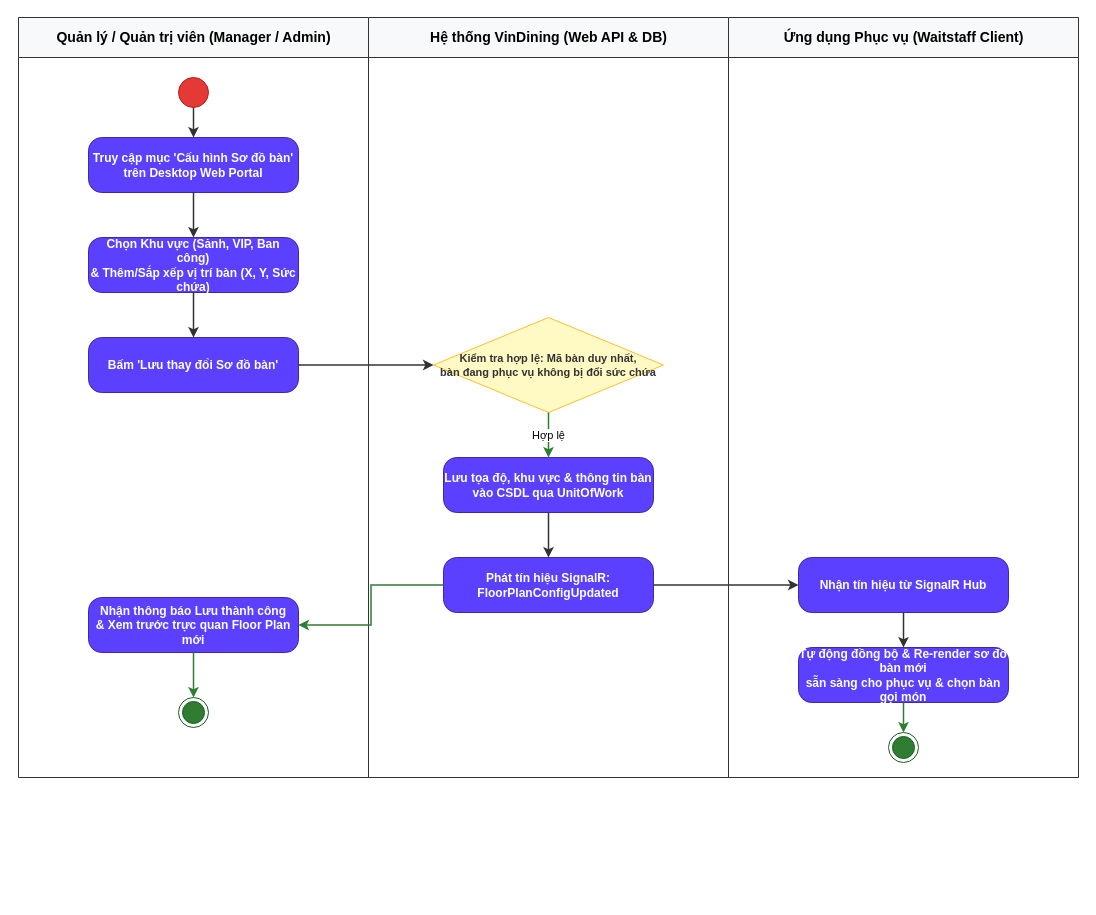
The draw.io diagram docs/phase1/drawio/ad08_floor_plan_pairing.drawio in AndrewQng/VinDining, before the edit. Source tidied: cells renumbered, new cells numbered last; positions are measured from the earlier drawing's top-left corner, leaving out a move shared by most shapes. Both pictures are drawn from the tidied source at 100%, with x=0, y=0 at pixel (18, 17).
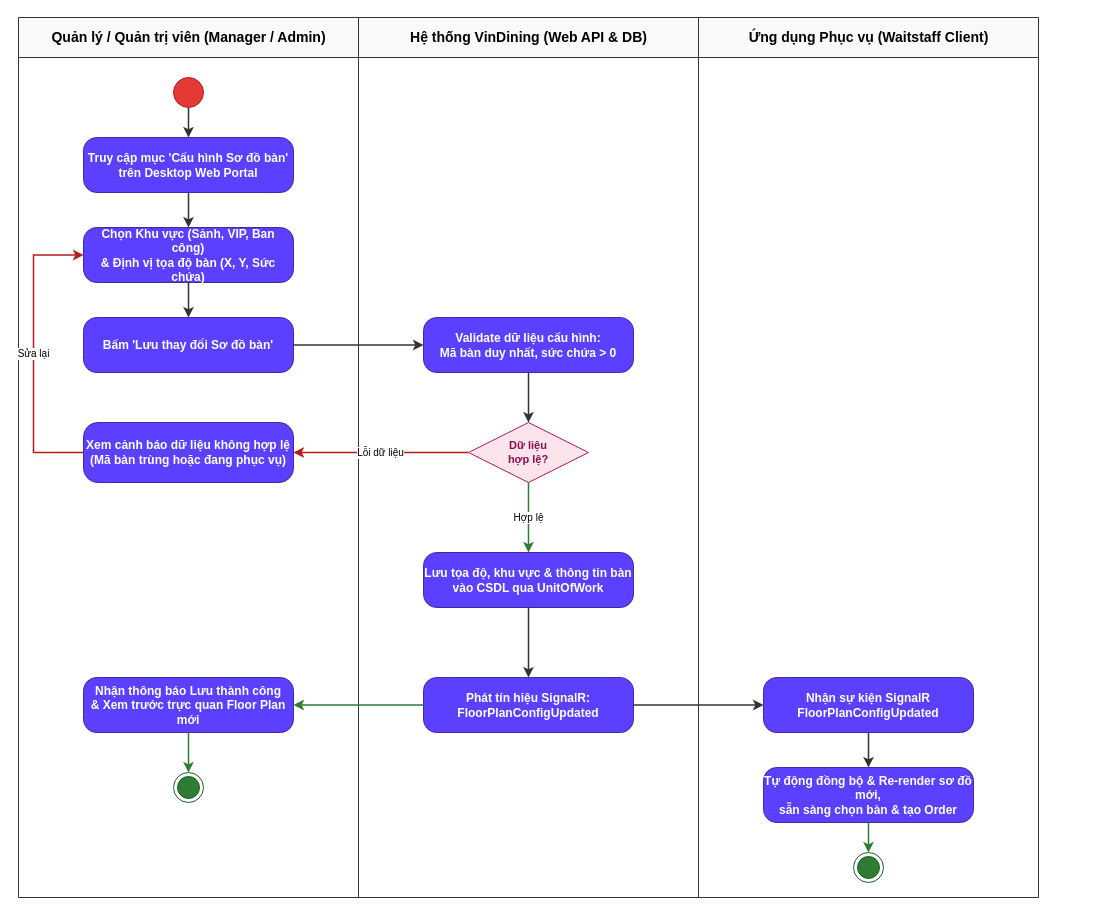
After the change.

Diff of the diagram source:
```diff
@@
     <mxCell id="2" value="Quản lý / Quản trị viên (Manager / Admin)" style="swimlane;html=1;startSize=40;horizontal=1;fontStyle=1;fontSize=14;align=center;verticalAlign=middle;fillColor=#f8f9fa;strokeColor=#333333;swimlaneLine=1;" parent="1" vertex="1">
-      <mxGeometry width="350" height="760" as="geometry" />
+      <mxGeometry width="340" height="880" as="geometry" />
     </mxCell>
     <mxCell id="3" style="ellipse;whiteSpace=wrap;html=1;fillColor=#e53935;strokeColor=#b71c1c;" parent="2" vertex="1">
-      <mxGeometry x="160" y="60" width="30" height="30" as="geometry" />
+      <mxGeometry x="155" y="60" width="30" height="30" as="geometry" />
     </mxCell>
     <mxCell id="4" value="Truy cập mục 'Cấu hình Sơ đồ bàn'&#10;trên Desktop Web Portal" style="rounded=1;arcSize=24;whiteSpace=wrap;html=1;fillColor=#5b40ff;strokeColor=#4527a0;fontColor=#ffffff;fontStyle=1;fontSize=12;align=center;verticalAlign=middle;" parent="2" vertex="1">
-      <mxGeometry x="70" y="120" width="210" height="55" as="geometry" />
+      <mxGeometry x="65" y="120" width="210" height="55" as="geometry" />
     </mxCell>
-    <mxCell id="5" value="Chọn Khu vực (Sảnh, VIP, Ban công)&#10;&amp; Thêm/Sắp xếp vị trí bàn (X, Y, Sức chứa)" style="rounded=1;arcSize=24;whiteSpace=wrap;html=1;fillColor=#5b40ff;strokeColor=#4527a0;fontColor=#ffffff;fontStyle=1;fontSize=12;align=center;verticalAlign=middle;" parent="2" vertex="1">
-      <mxGeometry x="70" y="220" width="210" height="55" as="geometry" />
+    <mxCell id="5" value="Chọn Khu vực (Sảnh, VIP, Ban công)&#10;&amp; Định vị tọa độ bàn (X, Y, Sức chứa)" style="rounded=1;arcSize=24;whiteSpace=wrap;html=1;fillColor=#5b40ff;strokeColor=#4527a0;fontColor=#ffffff;fontStyle=1;fontSize=12;align=center;verticalAlign=middle;" parent="2" vertex="1">
+      <mxGeometry x="65" y="210" width="210" height="55" as="geometry" />
     </mxCell>
     <mxCell id="6" value="Bấm 'Lưu thay đổi Sơ đồ bàn'" style="rounded=1;arcSize=24;whiteSpace=wrap;html=1;fillColor=#5b40ff;strokeColor=#4527a0;fontColor=#ffffff;fontStyle=1;fontSize=12;align=center;verticalAlign=middle;" parent="2" vertex="1">
-      <mxGeometry x="70" y="320" width="210" height="55" as="geometry" />
+      <mxGeometry x="65" y="300" width="210" height="55" as="geometry" />
     </mxCell>
+    <mxCell id="28" value="Xem cảnh báo dữ liệu không hợp lệ&#10;(Mã bàn trùng hoặc đang phục vụ)" style="rounded=1;arcSize=24;whiteSpace=wrap;html=1;fillColor=#5b40ff;strokeColor=#4527a0;fontColor=#ffffff;fontStyle=1;fontSize=12;align=center;verticalAlign=middle;" parent="2" vertex="1">
+      <mxGeometry x="65" y="405" width="210" height="60" as="geometry" />
+    </mxCell>
     <mxCell id="7" value="Nhận thông báo Lưu thành công&#10;&amp; Xem trước trực quan Floor Plan mới" style="rounded=1;arcSize=24;whiteSpace=wrap;html=1;fillColor=#5b40ff;strokeColor=#4527a0;fontColor=#ffffff;fontStyle=1;fontSize=12;align=center;verticalAlign=middle;" parent="2" vertex="1">
-      <mxGeometry x="70" y="580" width="210" height="55" as="geometry" />
+      <mxGeometry x="65" y="660" width="210" height="55" as="geometry" />
     </mxCell>
     <mxCell id="8" style="ellipse;html=1;shape=endState;fillColor=#2e7d32;strokeColor=#1b5e20;" parent="2" vertex="1">
-      <mxGeometry x="160" y="680" width="30" height="30" as="geometry" />
+      <mxGeometry x="155" y="755" width="30" height="30" as="geometry" />
     </mxCell>
     <mxCell id="9" value="Hệ thống VinDining (Web API &amp; DB)" style="swimlane;html=1;startSize=40;horizontal=1;fontStyle=1;fontSize=14;align=center;verticalAlign=middle;fillColor=#f8f9fa;strokeColor=#333333;swimlaneLine=1;" parent="1" vertex="1">
-      <mxGeometry x="350" width="360" height="760" as="geometry" />
+      <mxGeometry x="340" width="340" height="880" as="geometry" />
     </mxCell>
-    <mxCell id="10" value="Kiểm tra hợp lệ: Mã bàn duy nhất,&#10;bàn đang phục vụ không bị đổi sức chứa" style="rhombus;whiteSpace=wrap;html=1;fillColor=#fff9c4;strokeColor=#fbc02d;fontColor=#333333;fontStyle=1;fontSize=11;align=center;verticalAlign=middle;" parent="9" vertex="1">
-      <mxGeometry x="65" y="300" width="230" height="95" as="geometry" />
-    </mxCell>
+    <mxCell id="29" value="Validate dữ liệu cấu hình:&#10;Mã bàn duy nhất, sức chứa &gt; 0" style="rounded=1;arcSize=24;whiteSpace=wrap;html=1;fillColor=#5b40ff;strokeColor=#4527a0;fontColor=#ffffff;fontStyle=1;fontSize=12;align=center;verticalAlign=middle;" parent="9" vertex="1">
+      <mxGeometry x="65" y="300" width="210" height="55" as="geometry" />
+    </mxCell>
+    <mxCell id="30" value="Dữ liệu&#10;hợp lệ?" style="rhombus;whiteSpace=wrap;html=1;fillColor=#fce4ec;strokeColor=#c2185b;fontColor=#880e4f;fontStyle=1;fontSize=11;align=center;verticalAlign=middle;" parent="9" vertex="1">
+      <mxGeometry x="110" y="405" width="120" height="60" as="geometry" />
+    </mxCell>
     <mxCell id="11" value="Lưu tọa độ, khu vực &amp; thông tin bàn&#10;vào CSDL qua UnitOfWork" style="rounded=1;arcSize=24;whiteSpace=wrap;html=1;fillColor=#5b40ff;strokeColor=#4527a0;fontColor=#ffffff;fontStyle=1;fontSize=12;align=center;verticalAlign=middle;" parent="9" vertex="1">
-      <mxGeometry x="75" y="440" width="210" height="55" as="geometry" />
+      <mxGeometry x="65" y="535" width="210" height="55" as="geometry" />
     </mxCell>
     <mxCell id="12" value="Phát tín hiệu SignalR:&#10;FloorPlanConfigUpdated" style="rounded=1;arcSize=24;whiteSpace=wrap;html=1;fillColor=#5b40ff;strokeColor=#4527a0;fontColor=#ffffff;fontStyle=1;fontSize=12;align=center;verticalAlign=middle;" parent="9" vertex="1">
-      <mxGeometry x="75" y="540" width="210" height="55" as="geometry" />
+      <mxGeometry x="65" y="660" width="210" height="55" as="geometry" />
     </mxCell>
     <mxCell id="13" value="Ứng dụng Phục vụ (Waitstaff Client)" style="swimlane;html=1;startSize=40;horizontal=1;fontStyle=1;fontSize=14;align=center;verticalAlign=middle;fillColor=#f8f9fa;strokeColor=#333333;swimlaneLine=1;" parent="1" vertex="1">
-      <mxGeometry x="710" width="350" height="760" as="geometry" />
+      <mxGeometry x="680" width="340" height="880" as="geometry" />
     </mxCell>
-    <mxCell id="14" value="Nhận tín hiệu từ SignalR Hub" style="rounded=1;arcSize=24;whiteSpace=wrap;html=1;fillColor=#5b40ff;strokeColor=#4527a0;fontColor=#ffffff;fontStyle=1;fontSize=12;align=center;verticalAlign=middle;" parent="13" vertex="1">
-      <mxGeometry x="70" y="540" width="210" height="55" as="geometry" />
+    <mxCell id="14" value="Nhận sự kiện SignalR&#10;FloorPlanConfigUpdated" style="rounded=1;arcSize=24;whiteSpace=wrap;html=1;fillColor=#5b40ff;strokeColor=#4527a0;fontColor=#ffffff;fontStyle=1;fontSize=12;align=center;verticalAlign=middle;" parent="13" vertex="1">
+      <mxGeometry x="65" y="660" width="210" height="55" as="geometry" />
     </mxCell>
-    <mxCell id="15" value="Tự động đồng bộ &amp; Re-render sơ đồ bàn mới&#10;sẵn sàng cho phục vụ &amp; chọn bàn gọi món" style="rounded=1;arcSize=24;whiteSpace=wrap;html=1;fillColor=#5b40ff;strokeColor=#4527a0;fontColor=#ffffff;fontStyle=1;fontSize=12;align=center;verticalAlign=middle;" parent="13" vertex="1">
-      <mxGeometry x="70" y="630" width="210" height="55" as="geometry" />
+    <mxCell id="15" value="Tự động đồng bộ &amp; Re-render sơ đồ mới,&#10;sẵn sàng chọn bàn &amp; tạo Order" style="rounded=1;arcSize=24;whiteSpace=wrap;html=1;fillColor=#5b40ff;strokeColor=#4527a0;fontColor=#ffffff;fontStyle=1;fontSize=12;align=center;verticalAlign=middle;" parent="13" vertex="1">
+      <mxGeometry x="65" y="750" width="210" height="55" as="geometry" />
     </mxCell>
     <mxCell id="16" style="ellipse;html=1;shape=endState;fillColor=#2e7d32;strokeColor=#1b5e20;" parent="13" vertex="1">
-      <mxGeometry x="160" y="715" width="30" height="30" as="geometry" />
+      <mxGeometry x="155" y="835" width="30" height="30" as="geometry" />
     </mxCell>
@@
-    <mxCell id="20" style="edgeStyle=orthogonalEdgeStyle;rounded=0;strokeColor=#333333;strokeWidth=1.5;html=1;exitX=1;exitY=0.5;entryX=0;entryY=0.5;" parent="1" edge="1" source="6" target="10">
+    <mxCell id="20" style="edgeStyle=orthogonalEdgeStyle;rounded=0;strokeColor=#333333;strokeWidth=1.5;html=1;exitX=1;exitY=0.5;entryX=0;entryY=0.5;" parent="1" edge="1" source="6" target="29">
       <mxGeometry relative="1" as="geometry" />
     </mxCell>
-    <mxCell id="21" value="Hợp lệ" style="edgeStyle=orthogonalEdgeStyle;rounded=0;strokeColor=#2e7d32;strokeWidth=1.5;html=1;exitX=0.5;exitY=1;entryX=0.5;entryY=0;" parent="1" edge="1" source="10" target="11">
+    <mxCell id="21" style="edgeStyle=orthogonalEdgeStyle;rounded=0;strokeColor=#333333;strokeWidth=1.5;html=1;exitX=0.5;exitY=1;entryX=0.5;entryY=0;" parent="1" edge="1" source="29" target="30">
       <mxGeometry relative="1" as="geometry" />
     </mxCell>
-    <mxCell id="22" style="edgeStyle=orthogonalEdgeStyle;rounded=0;strokeColor=#333333;strokeWidth=1.5;html=1;exitX=0.5;exitY=1;entryX=0.5;entryY=0;" parent="1" edge="1" source="11" target="12">
-      <mxGeometry relative="1" as="geometry" />
-    </mxCell>
+    <mxCell id="31" value="Lỗi dữ liệu" style="edgeStyle=orthogonalEdgeStyle;rounded=0;strokeColor=#b71c1c;strokeWidth=1.5;html=1;fontSize=10;labelBackgroundColor=#ffffff;exitX=0;exitY=0.5;entryX=1;entryY=0.5;" parent="1" edge="1" source="30" target="28">
+      <mxGeometry relative="1" as="geometry" />
+    </mxCell>
+    <mxCell id="32" value="Sửa lại" style="edgeStyle=orthogonalEdgeStyle;rounded=0;strokeColor=#b71c1c;strokeWidth=1.5;html=1;fontSize=10;labelBackgroundColor=#ffffff;exitX=0;exitY=0.5;entryX=0;entryY=0.5;" parent="1" edge="1" source="28" target="5">
+      <mxGeometry relative="1" as="geometry">
+        <Array as="points">
+          <mxPoint x="15" y="435" />
+          <mxPoint x="15" y="237.5" />
+        </Array>
+      </mxGeometry>
+    </mxCell>
+    <mxCell id="33" value="Hợp lệ" style="edgeStyle=orthogonalEdgeStyle;rounded=0;strokeColor=#2e7d32;strokeWidth=1.5;html=1;fontSize=10;labelBackgroundColor=#ffffff;exitX=0.5;exitY=1;entryX=0.5;entryY=0;" parent="1" edge="1" source="30" target="11">
+      <mxGeometry relative="1" as="geometry" />
+    </mxCell>
-    <mxCell id="23" style="edgeStyle=orthogonalEdgeStyle;rounded=0;strokeColor=#2e7d32;strokeWidth=1.5;html=1;exitX=0;exitY=0.5;entryX=1;entryY=0.5;" parent="1" edge="1" source="12" target="7">
+    <mxCell id="23" style="edgeStyle=orthogonalEdgeStyle;rounded=0;strokeColor=#333333;strokeWidth=1.5;html=1;exitX=0.5;exitY=1;entryX=0.5;entryY=0;" parent="1" edge="1" source="11" target="12">
       <mxGeometry relative="1" as="geometry" />
     </mxCell>
+    <mxCell id="34" style="edgeStyle=orthogonalEdgeStyle;rounded=0;strokeColor=#2e7d32;strokeWidth=1.5;html=1;exitX=0;exitY=0.5;entryX=1;entryY=0.5;" parent="1" edge="1" source="12" target="7">
+      <mxGeometry relative="1" as="geometry" />
+    </mxCell>
-    <mxCell id="24" style="edgeStyle=orthogonalEdgeStyle;rounded=0;strokeColor=#2e7d32;strokeWidth=1.5;html=1;" parent="1" edge="1" source="7" target="8">
+    <mxCell id="24" style="edgeStyle=orthogonalEdgeStyle;rounded=0;strokeColor=#2e7d32;strokeWidth=1.5;html=1;exitX=0.5;exitY=1;entryX=0.5;entryY=0;" parent="1" edge="1" source="7" target="8">
       <mxGeometry relative="1" as="geometry" />
     </mxCell>
@@
-    <mxCell id="26" style="edgeStyle=orthogonalEdgeStyle;rounded=0;strokeColor=#333333;strokeWidth=1.5;html=1;" parent="1" edge="1" source="14" target="15">
+    <mxCell id="26" style="edgeStyle=orthogonalEdgeStyle;rounded=0;strokeColor=#333333;strokeWidth=1.5;html=1;exitX=0.5;exitY=1;entryX=0.5;entryY=0;" parent="1" edge="1" source="14" target="15">
       <mxGeometry relative="1" as="geometry" />
     </mxCell>
-    <mxCell id="27" style="edgeStyle=orthogonalEdgeStyle;rounded=0;strokeColor=#2e7d32;strokeWidth=1.5;html=1;" parent="1" edge="1" source="15" target="16">
+    <mxCell id="27" style="edgeStyle=orthogonalEdgeStyle;rounded=0;strokeColor=#2e7d32;strokeWidth=1.5;html=1;exitX=0.5;exitY=1;entryX=0.5;entryY=0;" parent="1" edge="1" source="15" target="16">
       <mxGeometry relative="1" as="geometry" />
     </mxCell>
```
